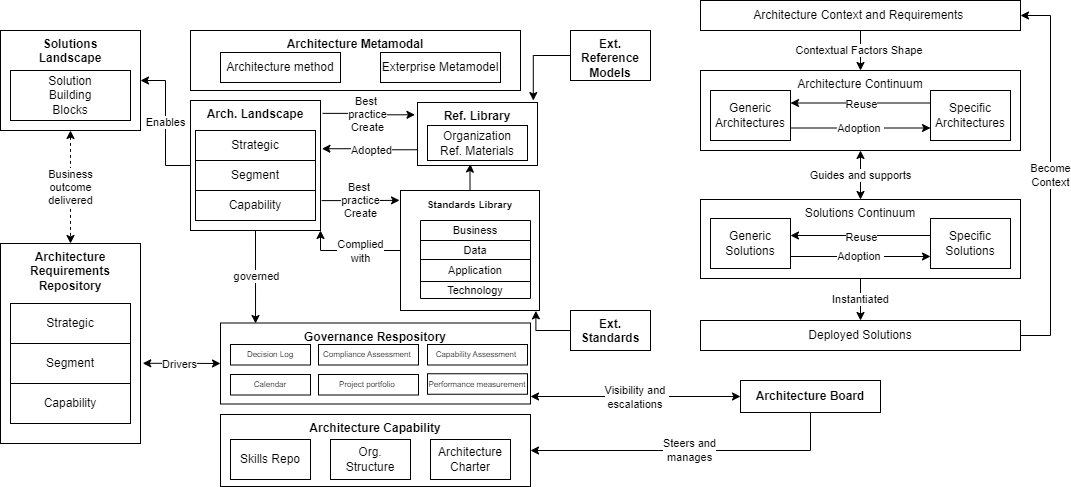
Before: drawio/Togaf/continuum.drawio.png, a diagram exported from draw.io (cmkam/architecture). Source tidied: cells renumbered, new cells last; positions are measured from the earlier drawing's top-left corner, leaving out a move shared by most shapes.
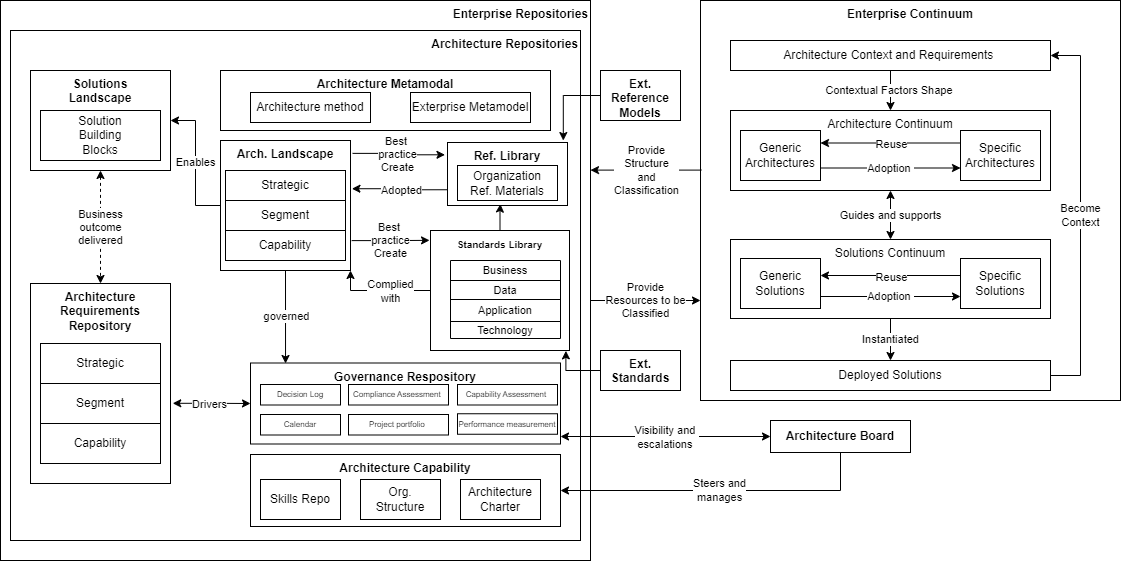
After the commit.

The edit, as a diff of the source:
```diff
@@ -1,7 +1,33 @@
 <mxGraphModel>
   <root>
     <mxCell id="0" />
+    <mxCell id="76" value="Area" parent="0" />
+    <mxCell id="77" value="&lt;b&gt;Enterprise Repositories&lt;/b&gt;" style="rounded=0;whiteSpace=wrap;html=1;horizontal=1;verticalAlign=top;align=right;" parent="76" vertex="1">
+      <mxGeometry x="-30" y="-40" width="590" height="560" as="geometry" />
+    </mxCell>
+    <mxCell id="78" value="&lt;b&gt;Architecture Repositories&lt;/b&gt;" style="rounded=0;whiteSpace=wrap;html=1;horizontal=1;verticalAlign=top;align=right;" parent="76" vertex="1">
+      <mxGeometry x="-20" y="-10" width="570" height="510" as="geometry" />
+    </mxCell>
+    <mxCell id="79" value="&lt;b&gt;Enterprise Continuum&lt;/b&gt;" style="rounded=0;whiteSpace=wrap;html=1;verticalAlign=top;" parent="76" vertex="1">
+      <mxGeometry x="670" y="-40" width="420" height="400" as="geometry" />
+    </mxCell>
     <mxCell id="1" parent="0" />
+    <mxCell id="80" value="Provide&lt;br&gt;Resources to be&lt;br&gt;Classified" style="edgeStyle=orthogonalEdgeStyle;rounded=0;jettySize=auto;html=1;entryX=0;entryY=0.75;entryDx=0;entryDy=0;" parent="1" edge="1" source="77" target="79">
+      <mxGeometry relative="1" as="geometry">
+        <Array as="points">
+          <mxPoint x="610" y="260" />
+          <mxPoint x="610" y="260" />
+        </Array>
+      </mxGeometry>
+    </mxCell>
+    <mxCell id="81" value="Provide&lt;br&gt;Structure&lt;br&gt;and&lt;br&gt;Classification" style="edgeStyle=orthogonalEdgeStyle;rounded=0;jettySize=auto;html=1;exitX=0.002;exitY=0.424;exitDx=0;exitDy=0;exitPerimeter=0;" parent="1" edge="1" source="79" target="77">
+      <mxGeometry x="-0.01" relative="1" as="geometry">
+        <Array as="points">
+          <mxPoint x="560" y="130" />
+          <mxPoint x="560" y="130" />
+        </Array>
+      </mxGeometry>
+    </mxCell>
     <mxCell id="2" value="Contextual Factors Shape&amp;nbsp;" style="edgeStyle=orthogonalEdgeStyle;rounded=0;jettySize=auto;html=1;" parent="1" edge="1" source="3" target="5">
       <mxGeometry relative="1" as="geometry" />
     </mxCell>
```
